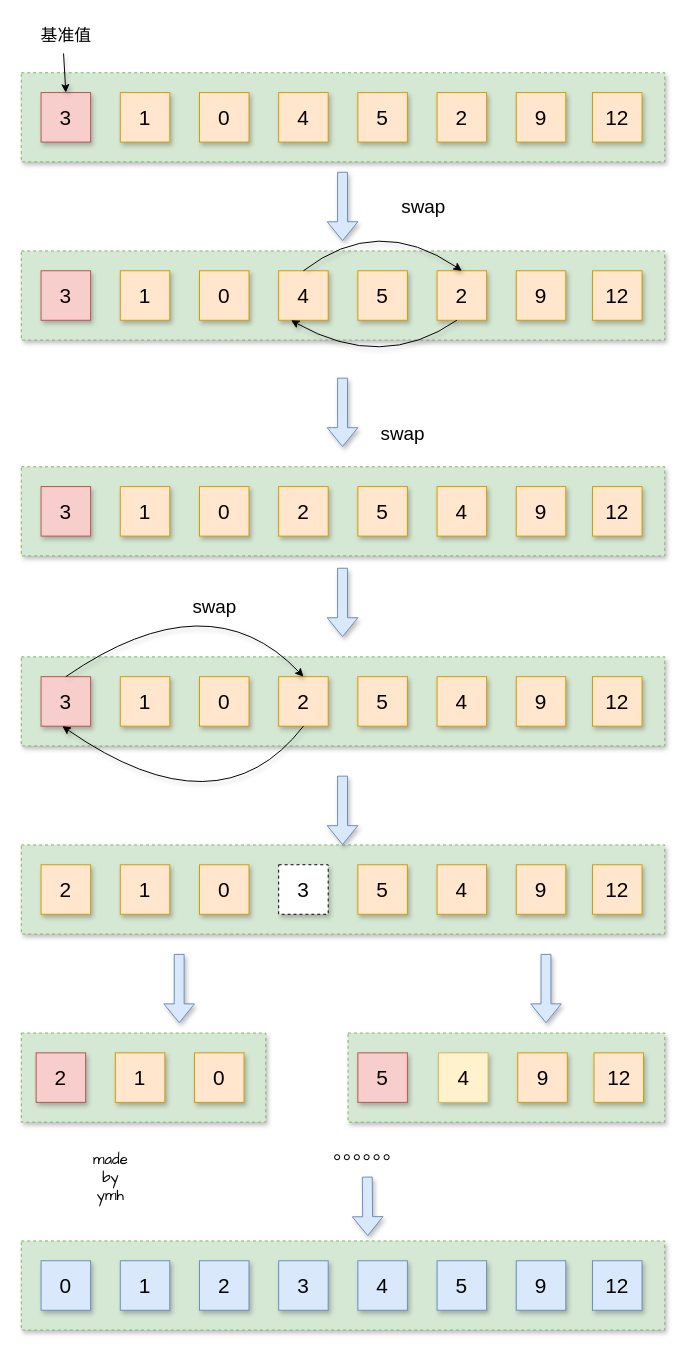
Before: page "第 1 页" (1 of 2) of sort.drawio in xbzd315/picdata, a draw.io diagram. Source tidied: cells renumbered, new cells numbered last; positions are measured from the earlier drawing's top-left corner, leaving out a move shared by most shapes. Both pictures are drawn from the tidied source at 99%, with x=0, y=0 at pixel (21, 21).
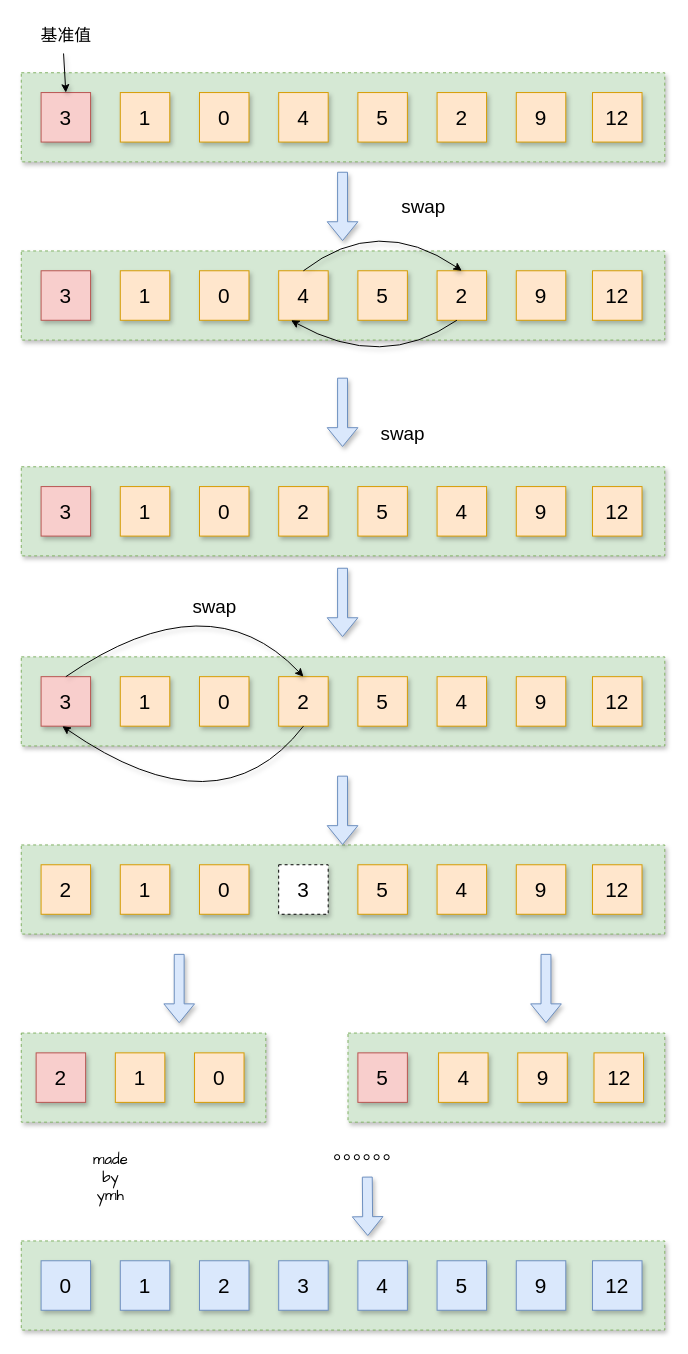
After the change.

The edit, as a diff of the source:
```diff
@@
-    <mxCell id="53" value="&lt;span style=&quot;font-size: 21px;&quot;&gt;4&lt;/span&gt;" style="whiteSpace=wrap;html=1;fillColor=#fff2cc;strokeColor=#d6b656;shadow=1;" parent="1" vertex="1">
+    <mxCell id="53" value="&lt;span style=&quot;font-size: 21px;&quot;&gt;4&lt;/span&gt;" style="whiteSpace=wrap;html=1;fillColor=#ffe6cc;strokeColor=#d79b00;shadow=1;" parent="1" vertex="1">
       <mxGeometry x="421.5" y="1042" width="50" height="50" as="geometry" />
     </mxCell>
```
